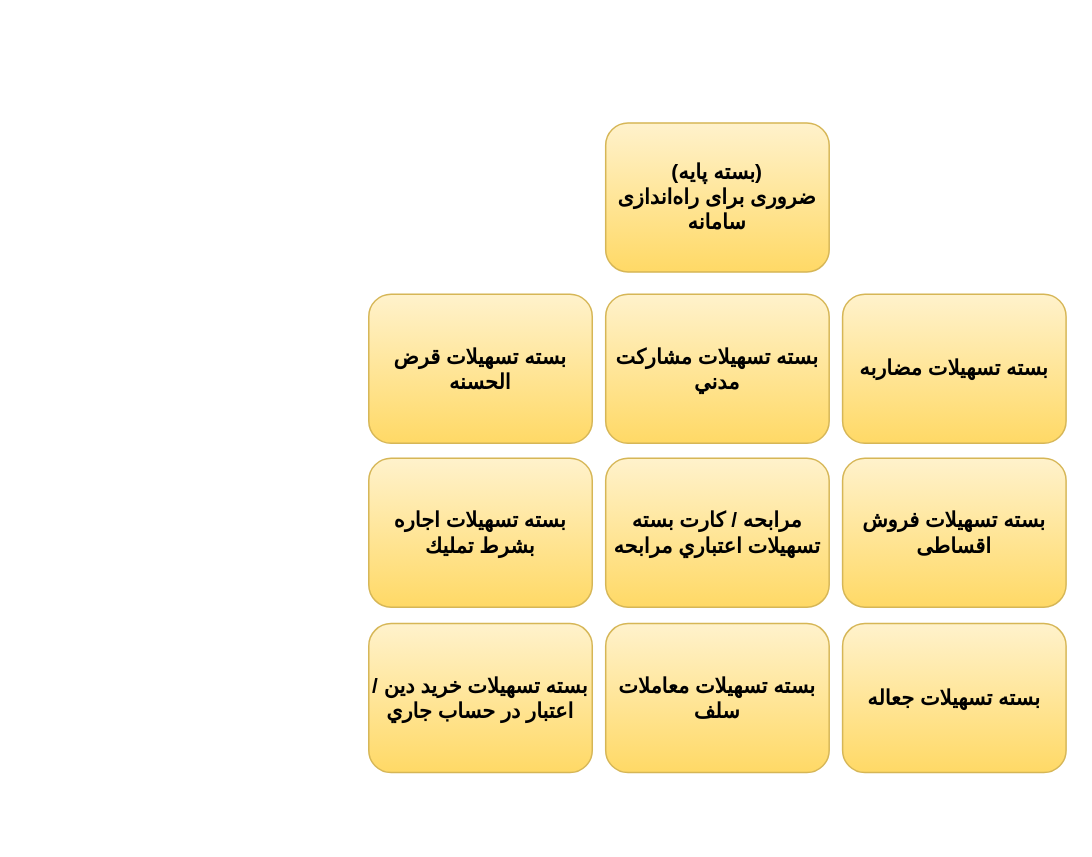
This is page "بسته ها" (3 of 6) of param.drawio from saeidmaleki/Facility, a draw.io file, before an edit. Source tidied: cells renumbered, new cells numbered last; positions are measured from the earlier drawing's top-left corner, leaving out a move shared by most shapes. Both pictures are drawn from the tidied source at 149%, with x=0, y=0 at pixel (368, 122).
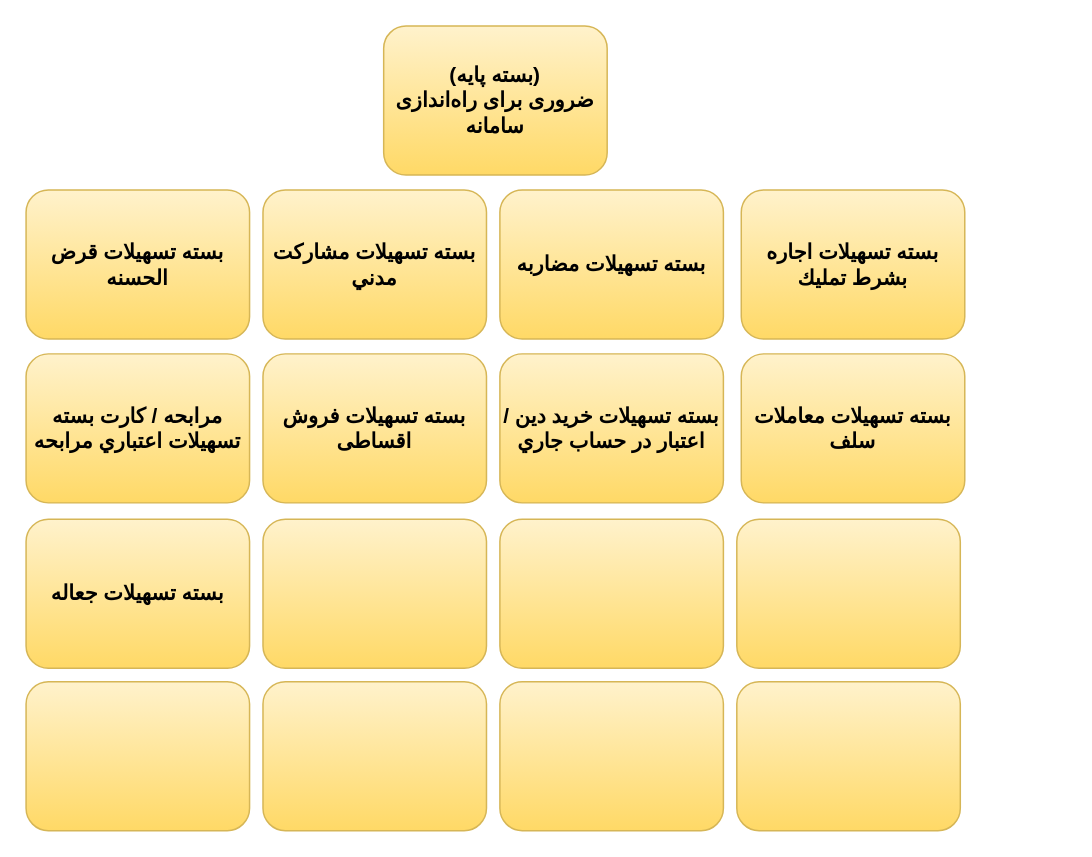
The same diagram, later.

Change to the diagram source:
```diff
@@
 <mxGraphModel>
   <root>
     <mxCell id="0" />
     <mxCell id="1" parent="0" />
     <mxCell id="2" value="بسته تسهیلات&amp;nbsp;مشاركت مدني" style="shape=ext;rounded=1;html=1;whiteSpace=wrap;shadow=0;glass=0;labelBackgroundColor=none;fillColor=#fff2cc;strokeColor=#d6b656;fontStyle=1;fontSize=14;gradientColor=#ffd966;" parent="1" vertex="1">
-      <mxGeometry x="159" y="115" width="150" height="100" as="geometry" />
+      <mxGeometry x="-71" y="45" width="150" height="100" as="geometry" />
     </mxCell>
     <mxCell id="3" value="بسته تسهیلات&amp;nbsp;مضاربه" style="shape=ext;rounded=1;html=1;whiteSpace=wrap;shadow=0;glass=0;labelBackgroundColor=none;fillColor=#fff2cc;strokeColor=#d6b656;fontStyle=1;fontSize=14;gradientColor=#ffd966;" parent="1" vertex="1">
-      <mxGeometry x="318" y="115" width="150" height="100" as="geometry" />
+      <mxGeometry x="88" y="45" width="150" height="100" as="geometry" />
     </mxCell>
     <mxCell id="4" value="بسته تسهیلات&amp;nbsp;فروش اقساطی" style="shape=ext;rounded=1;html=1;whiteSpace=wrap;shadow=0;glass=0;labelBackgroundColor=none;fillColor=#fff2cc;strokeColor=#d6b656;fontStyle=1;fontSize=14;gradientColor=#ffd966;" parent="1" vertex="1">
-      <mxGeometry x="318" y="225" width="150" height="100" as="geometry" />
+      <mxGeometry x="-71" y="155" width="150" height="100" as="geometry" />
     </mxCell>
     <mxCell id="5" value="مرابحه / کارت بسته تسهیلات&amp;nbsp;اعتباري مرابحه" style="shape=ext;rounded=1;html=1;whiteSpace=wrap;shadow=0;glass=0;labelBackgroundColor=none;fillColor=#fff2cc;strokeColor=#d6b656;fontStyle=1;fontSize=14;gradientColor=#ffd966;" parent="1" vertex="1">
-      <mxGeometry x="159" y="225" width="150" height="100" as="geometry" />
+      <mxGeometry x="-230" y="155" width="150" height="100" as="geometry" />
     </mxCell>
     <mxCell id="6" value="بسته تسهیلات&amp;nbsp;معاملات سلف" style="shape=ext;rounded=1;html=1;whiteSpace=wrap;shadow=0;glass=0;labelBackgroundColor=none;fillColor=#fff2cc;strokeColor=#d6b656;fontStyle=1;fontSize=14;gradientColor=#ffd966;" parent="1" vertex="1">
-      <mxGeometry x="159" y="336" width="150" height="100" as="geometry" />
+      <mxGeometry x="250" y="155" width="150" height="100" as="geometry" />
     </mxCell>
     <mxCell id="7" value="بسته تسهیلات&amp;nbsp;جعاله" style="shape=ext;rounded=1;html=1;whiteSpace=wrap;shadow=0;glass=0;labelBackgroundColor=none;fillColor=#fff2cc;strokeColor=#d6b656;fontStyle=1;fontSize=14;gradientColor=#ffd966;" parent="1" vertex="1">
-      <mxGeometry x="318" y="336" width="150" height="100" as="geometry" />
+      <mxGeometry x="-230" y="266" width="150" height="100" as="geometry" />
     </mxCell>
     <mxCell id="8" value="بسته تسهیلات&amp;nbsp;قرض الحسنه" style="shape=ext;rounded=1;html=1;whiteSpace=wrap;shadow=0;glass=0;labelBackgroundColor=none;fillColor=#fff2cc;strokeColor=#d6b656;fontStyle=1;fontSize=14;gradientColor=#ffd966;" parent="1" vertex="1">
-      <mxGeometry y="115" width="150" height="100" as="geometry" />
+      <mxGeometry x="-230" y="45" width="150" height="100" as="geometry" />
     </mxCell>
     <mxCell id="9" value="بسته تسهیلات&amp;nbsp;اجاره بشرط تمليك" style="shape=ext;rounded=1;html=1;whiteSpace=wrap;shadow=0;glass=0;labelBackgroundColor=none;fillColor=#fff2cc;strokeColor=#d6b656;fontStyle=1;fontSize=14;gradientColor=#ffd966;" parent="1" vertex="1">
-      <mxGeometry y="225" width="150" height="100" as="geometry" />
+      <mxGeometry x="250" y="45" width="150" height="100" as="geometry" />
     </mxCell>
     <mxCell id="10" value="بسته تسهیلات&amp;nbsp;خريد دين / اعتبار در حساب جاري" style="shape=ext;rounded=1;html=1;whiteSpace=wrap;shadow=0;glass=0;labelBackgroundColor=none;fillColor=#fff2cc;strokeColor=#d6b656;fontStyle=1;fontSize=14;gradientColor=#ffd966;" parent="1" vertex="1">
-      <mxGeometry y="336" width="150" height="100" as="geometry" />
+      <mxGeometry x="88" y="155" width="150" height="100" as="geometry" />
     </mxCell>
     <mxCell id="11" value="(بسته پایه)&lt;div&gt;ضروری برای راه‌اندازی سامانه&lt;/div&gt;" style="shape=ext;rounded=1;html=1;whiteSpace=wrap;shadow=0;glass=0;labelBackgroundColor=none;fillColor=#fff2cc;strokeColor=#d6b656;fontStyle=1;fontSize=14;gradientColor=#ffd966;" parent="1" vertex="1">
-      <mxGeometry x="159" width="150" height="100" as="geometry" />
+      <mxGeometry x="10" y="-65" width="150" height="100" as="geometry" />
     </mxCell>
+    <mxCell id="12" style="shape=ext;rounded=1;html=1;whiteSpace=wrap;shadow=0;glass=0;labelBackgroundColor=none;fillColor=#fff2cc;strokeColor=#d6b656;fontStyle=1;fontSize=14;gradientColor=#ffd966;" parent="1" vertex="1">
+      <mxGeometry x="-71" y="266" width="150" height="100" as="geometry" />
+    </mxCell>
+    <mxCell id="13" style="shape=ext;rounded=1;html=1;whiteSpace=wrap;shadow=0;glass=0;labelBackgroundColor=none;fillColor=#fff2cc;strokeColor=#d6b656;fontStyle=1;fontSize=14;gradientColor=#ffd966;" parent="1" vertex="1">
+      <mxGeometry x="247" y="266" width="150" height="100" as="geometry" />
+    </mxCell>
+    <mxCell id="14" style="shape=ext;rounded=1;html=1;whiteSpace=wrap;shadow=0;glass=0;labelBackgroundColor=none;fillColor=#fff2cc;strokeColor=#d6b656;fontStyle=1;fontSize=14;gradientColor=#ffd966;" parent="1" vertex="1">
+      <mxGeometry x="88" y="266" width="150" height="100" as="geometry" />
+    </mxCell>
+    <mxCell id="15" style="shape=ext;rounded=1;html=1;whiteSpace=wrap;shadow=0;glass=0;labelBackgroundColor=none;fillColor=#fff2cc;strokeColor=#d6b656;fontStyle=1;fontSize=14;gradientColor=#ffd966;" parent="1" vertex="1">
+      <mxGeometry x="-230" y="375" width="150" height="100" as="geometry" />
+    </mxCell>
+    <mxCell id="16" style="shape=ext;rounded=1;html=1;whiteSpace=wrap;shadow=0;glass=0;labelBackgroundColor=none;fillColor=#fff2cc;strokeColor=#d6b656;fontStyle=1;fontSize=14;gradientColor=#ffd966;" parent="1" vertex="1">
+      <mxGeometry x="-71" y="375" width="150" height="100" as="geometry" />
+    </mxCell>
+    <mxCell id="17" style="shape=ext;rounded=1;html=1;whiteSpace=wrap;shadow=0;glass=0;labelBackgroundColor=none;fillColor=#fff2cc;strokeColor=#d6b656;fontStyle=1;fontSize=14;gradientColor=#ffd966;" parent="1" vertex="1">
+      <mxGeometry x="88" y="375" width="150" height="100" as="geometry" />
+    </mxCell>
+    <mxCell id="18" style="shape=ext;rounded=1;html=1;whiteSpace=wrap;shadow=0;glass=0;labelBackgroundColor=none;fillColor=#fff2cc;strokeColor=#d6b656;fontStyle=1;fontSize=14;gradientColor=#ffd966;" parent="1" vertex="1">
+      <mxGeometry x="247" y="375" width="150" height="100" as="geometry" />
+    </mxCell>
   </root>
 </mxGraphModel>
```
